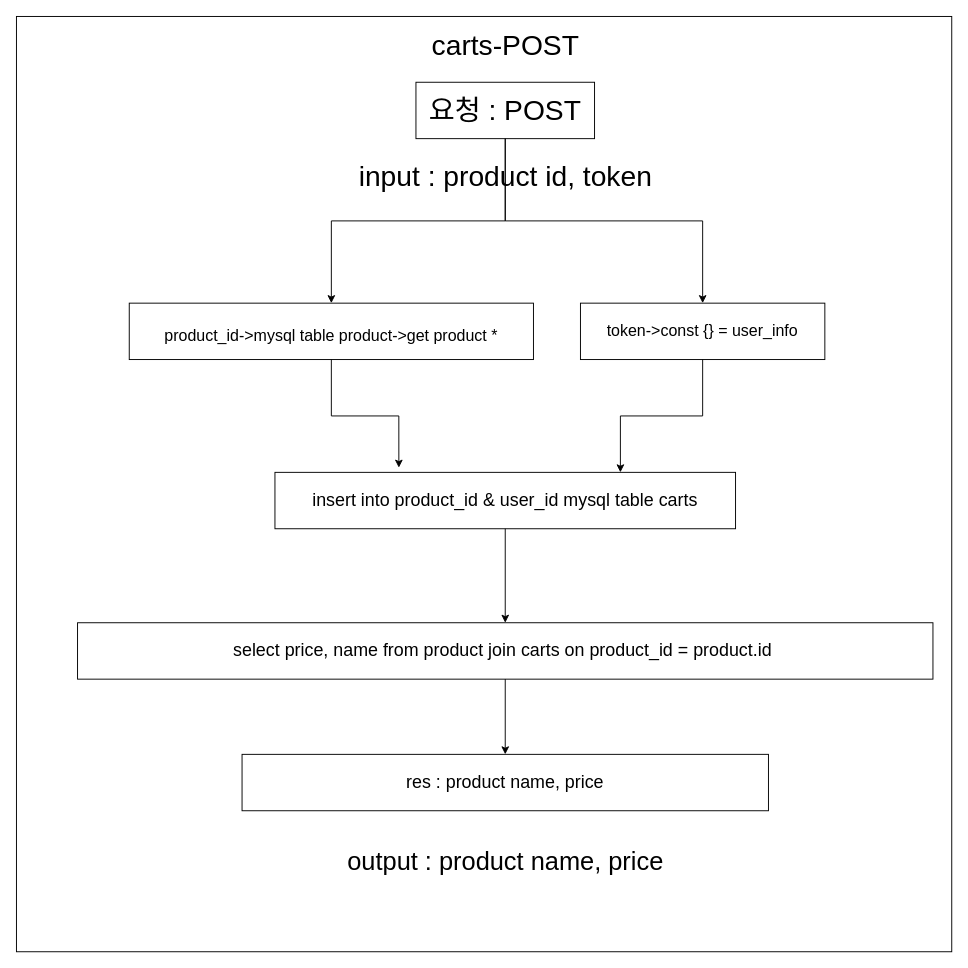
This is carts.drawio from sockwon/wecode, a draw.io file, before an edit. Source tidied: cells renumbered, new cells numbered last; positions are measured from the earlier drawing's top-left corner, leaving out a move shared by most shapes. Both pictures are drawn from the tidied source at 94%, with x=0, y=0 at pixel (16, 16).
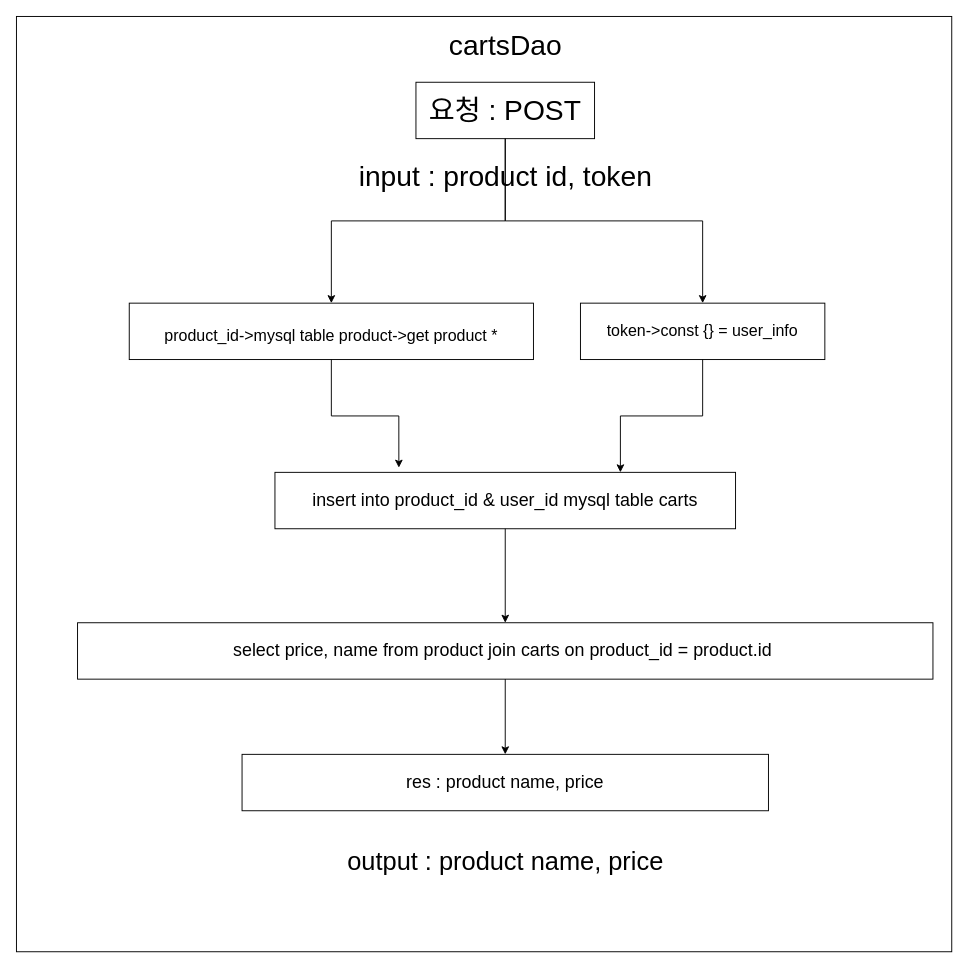
Above is the later version.

The edit, as a diff of the source:
```diff
@@
 <mxGraphModel>
   <root>
     <mxCell id="0" />
     <mxCell id="1" parent="0" />
     <mxCell id="2" style="group;" parent="1" vertex="1">
       <mxGeometry width="995" height="995" as="geometry" />
     </mxCell>
     <mxCell id="3" style="whiteSpace=wrap;html=1;fontSize=27;" parent="2" vertex="1">
       <mxGeometry width="995" height="995" as="geometry" />
     </mxCell>
-    <mxCell id="4" value="carts-POST" style="text;html=1;align=center;verticalAlign=middle;strokeColor=none;fillColor=none;fontSize=30;" parent="2" vertex="1">
-      <mxGeometry x="430" y="5" width="180" height="50" as="geometry" />
+    <mxCell id="4" value="cartsDao" style="text;html=1;align=center;verticalAlign=middle;strokeColor=none;fillColor=none;fontSize=30;" parent="2" vertex="1">
+      <mxGeometry x="450" y="5" width="140" height="50" as="geometry" />
     </mxCell>
     <mxCell id="5" value="요청 : POST" style="rounded=0;whiteSpace=wrap;html=1;fontSize=30;" parent="2" vertex="1">
       <mxGeometry x="425" y="70" width="190" height="60" as="geometry" />
     </mxCell>
     <mxCell id="6" value="input : product id, token" style="text;html=1;align=center;verticalAlign=middle;strokeColor=none;fillColor=none;fontSize=30;" parent="2" vertex="1">
       <mxGeometry x="350" y="145" width="340" height="50" as="geometry" />
     </mxCell>
     <mxCell id="7" value="&lt;span style=&quot;font-size: 17px;&quot;&gt;product_id-&amp;gt;mysql table product-&amp;gt;get product *&lt;/span&gt;" style="rounded=0;whiteSpace=wrap;html=1;fontSize=30;" parent="2" vertex="1">
       <mxGeometry x="120" y="305" width="430" height="60" as="geometry" />
     </mxCell>
     <mxCell id="8" style="edgeStyle=orthogonalEdgeStyle;rounded=0;jettySize=auto;html=1;fontSize=30;" parent="2" edge="1" source="5" target="7">
       <mxGeometry relative="1" as="geometry" />
     </mxCell>
     <mxCell id="9" value="token-&amp;gt;const {} = user_info" style="rounded=0;whiteSpace=wrap;html=1;fontSize=17;" parent="2" vertex="1">
       <mxGeometry x="600" y="305" width="260" height="60" as="geometry" />
     </mxCell>
     <mxCell id="10" style="edgeStyle=orthogonalEdgeStyle;rounded=0;jettySize=auto;html=1;fontSize=17;" parent="2" edge="1" source="5" target="9">
       <mxGeometry relative="1" as="geometry" />
     </mxCell>
     <mxCell id="11" value="&lt;font style=&quot;font-size: 19px;&quot;&gt;insert into product_id &amp;amp; user_id mysql table carts&lt;br&gt;&lt;/font&gt;" style="whiteSpace=wrap;html=1;fontSize=19;rounded=0;" parent="2" vertex="1">
       <mxGeometry x="275" y="485" width="490" height="60" as="geometry" />
     </mxCell>
     <mxCell id="12" style="edgeStyle=orthogonalEdgeStyle;rounded=0;jettySize=auto;html=1;fontSize=17;entryX=0.269;entryY=-0.083;entryDx=0;entryDy=0;entryPerimeter=0;" parent="2" edge="1" source="7" target="11">
       <mxGeometry relative="1" as="geometry" />
     </mxCell>
     <mxCell id="13" style="edgeStyle=orthogonalEdgeStyle;rounded=0;jettySize=auto;html=1;fontSize=17;entryX=0.75;entryY=0;entryDx=0;entryDy=0;" parent="2" edge="1" source="9" target="11">
       <mxGeometry relative="1" as="geometry" />
     </mxCell>
     <mxCell id="14" value="select price, name from product join carts on product_id = product.id&amp;nbsp;" style="whiteSpace=wrap;html=1;fontSize=19;rounded=0;" parent="2" vertex="1">
       <mxGeometry x="65" y="645" width="910" height="60" as="geometry" />
     </mxCell>
     <mxCell id="15" style="edgeStyle=orthogonalEdgeStyle;rounded=0;jettySize=auto;html=1;fontSize=19;" parent="2" edge="1" source="11" target="14">
       <mxGeometry relative="1" as="geometry" />
     </mxCell>
     <mxCell id="16" value="res : product name, price" style="whiteSpace=wrap;html=1;fontSize=19;rounded=0;" parent="2" vertex="1">
       <mxGeometry x="240" y="785" width="560" height="60" as="geometry" />
     </mxCell>
     <mxCell id="17" style="edgeStyle=orthogonalEdgeStyle;rounded=0;jettySize=auto;html=1;fontSize=19;" parent="2" edge="1" source="14" target="16">
       <mxGeometry relative="1" as="geometry" />
     </mxCell>
     <mxCell id="18" value="output : product name, price" style="text;html=1;align=center;verticalAlign=middle;strokeColor=none;fillColor=none;fontSize=27;" parent="2" vertex="1">
       <mxGeometry x="340" y="875" width="360" height="50" as="geometry" />
     </mxCell>
   </root>
 </mxGraphModel>
```
